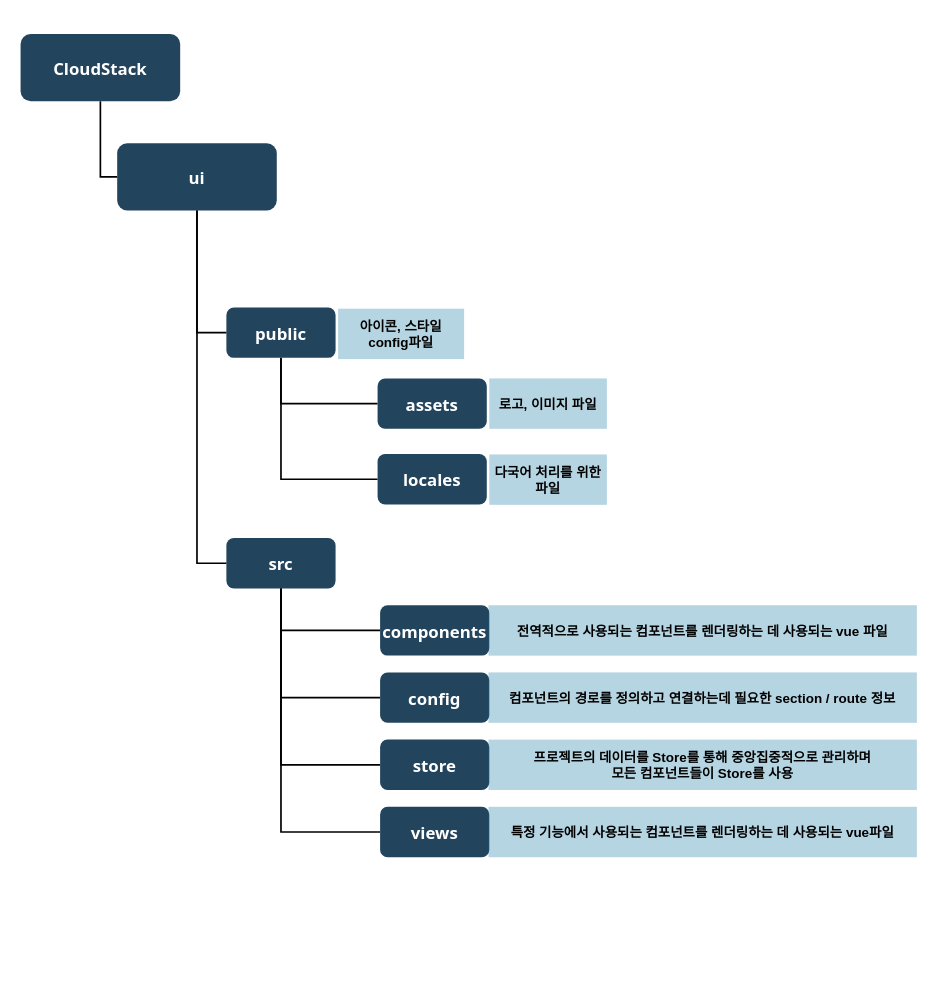
This is page "primate 구조" (1 of 3) of primateUI-customize.drawio from stardom3645/wiki, a draw.io file, before an edit. Source tidied: cells renumbered, new cells numbered last; positions are measured from the earlier drawing's top-left corner, leaving out a move shared by most shapes. Both pictures are drawn from the tidied source at 84%, with x=0, y=0 at pixel (20, 34).
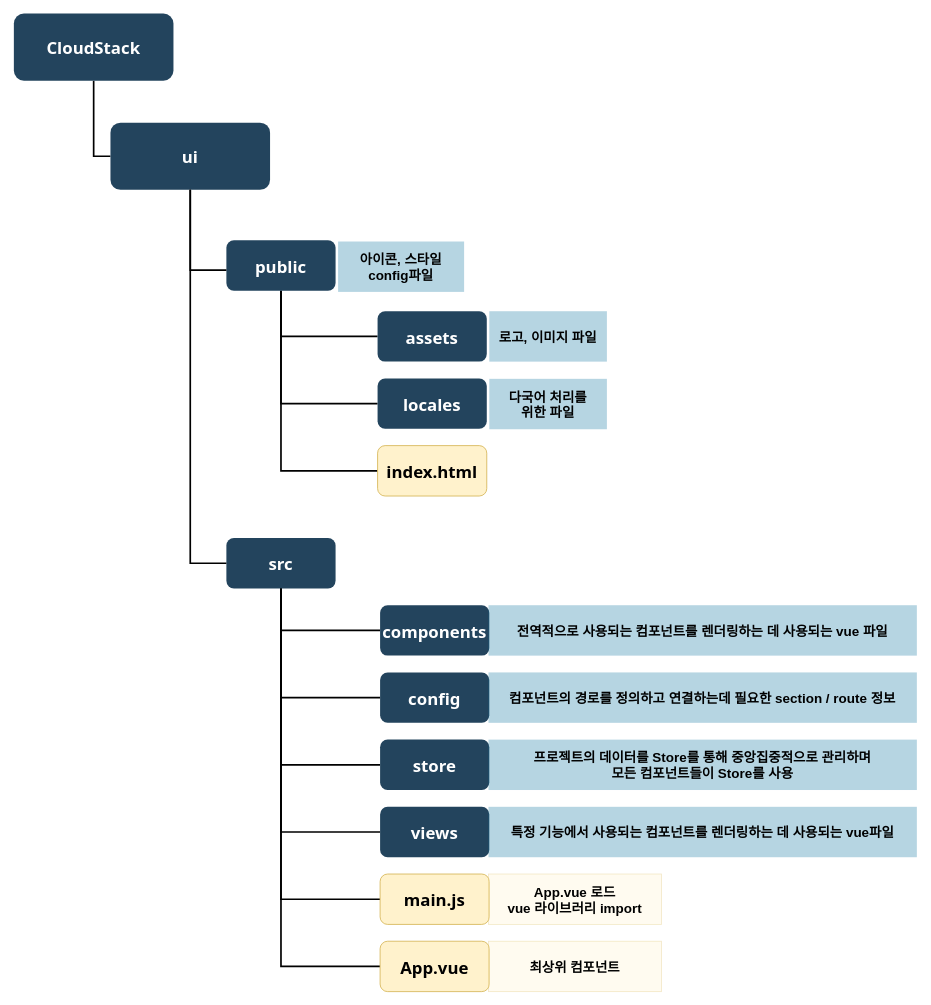
After the change.

The change refers to these unchanged cells:
```xml
<mxCell id="11" value="src" style="rounded=1;fillColor=#23445D;gradientColor=none;strokeColor=none;fontColor=#FFFFFF;fontStyle=1;fontFamily=Tahoma;fontSize=20;" parent="1" vertex="1">
  <mxGeometry x="245" y="600" width="130" height="60" as="geometry" />
</mxCell>
```

Change to the diagram source:
```diff
@@
     <mxCell id="3" value="CloudStack" style="rounded=1;fillColor=#23445D;gradientColor=none;strokeColor=none;fontColor=#FFFFFF;fontStyle=1;fontFamily=Tahoma;fontSize=20;" parent="1" vertex="1">
-      <mxGeometry width="190" height="80" as="geometry" />
+      <mxGeometry x="-8" y="-24.5" width="190" height="80" as="geometry" />
     </mxCell>
     <mxCell id="4" value="ui" style="rounded=1;fillColor=#23445D;gradientColor=none;strokeColor=none;fontColor=#FFFFFF;fontStyle=1;fontFamily=Tahoma;fontSize=20;" parent="1" vertex="1">
-      <mxGeometry x="115" y="130" width="190" height="80" as="geometry" />
+      <mxGeometry x="107" y="105.5" width="190" height="80" as="geometry" />
     </mxCell>
@@
+    <mxCell id="28" style="edgeStyle=orthogonalEdgeStyle;rounded=0;jettySize=auto;html=1;exitX=0.5;exitY=1;exitDx=0;exitDy=0;entryX=0;entryY=0.5;entryDx=0;entryDy=0;endArrow=none;endFill=0;strokeWidth=2;" parent="1" edge="1" source="7" target="35">
+      <mxGeometry relative="1" as="geometry" />
+    </mxCell>
     <mxCell id="7" value="public" style="rounded=1;fillColor=#23445D;gradientColor=none;strokeColor=none;fontColor=#FFFFFF;fontStyle=1;fontFamily=Tahoma;fontSize=20;" parent="1" vertex="1">
-      <mxGeometry x="245" y="325.5" width="130" height="60" as="geometry" />
+      <mxGeometry x="245" y="245.5" width="130" height="60" as="geometry" />
     </mxCell>
@@
+    <mxCell id="29" style="edgeStyle=orthogonalEdgeStyle;rounded=0;jettySize=auto;html=1;exitX=0.5;exitY=1;exitDx=0;exitDy=0;entryX=0;entryY=0.5;entryDx=0;entryDy=0;strokeWidth=2;endArrow=none;endFill=0;" parent="1" edge="1" source="11" target="32">
+      <mxGeometry relative="1" as="geometry" />
+    </mxCell>
+    <mxCell id="30" style="edgeStyle=orthogonalEdgeStyle;rounded=0;jettySize=auto;html=1;exitX=0.5;exitY=1;exitDx=0;exitDy=0;entryX=0;entryY=0.5;entryDx=0;entryDy=0;strokeWidth=2;endArrow=none;endFill=0;" parent="1" edge="1" source="11" target="31">
+      <mxGeometry relative="1" as="geometry" />
+    </mxCell>
@@
     <mxCell id="12" value="assets" style="rounded=1;fillColor=#23445D;gradientColor=none;strokeColor=none;fontColor=#FFFFFF;fontStyle=1;fontFamily=Tahoma;fontSize=20;" parent="1" vertex="1">
-      <mxGeometry x="425" y="410" width="130" height="60" as="geometry" />
+      <mxGeometry x="425" y="330" width="130" height="60" as="geometry" />
     </mxCell>
     <mxCell id="13" value="locales" style="rounded=1;fillColor=#23445D;gradientColor=none;strokeColor=none;fontColor=#FFFFFF;fontStyle=1;fontFamily=Tahoma;fontSize=20;" parent="1" vertex="1">
-      <mxGeometry x="425" y="500" width="130" height="60" as="geometry" />
+      <mxGeometry x="425" y="410" width="130" height="60" as="geometry" />
     </mxCell>
     <mxCell id="14" style="edgeStyle=elbowEdgeStyle;elbow=horizontal;strokeWidth=2;rounded=0;endArrow=none;endFill=0;" parent="1" edge="1" source="4" target="7">
       <mxGeometry x="92" y="135.5" as="geometry">
         <Array as="points">
-          <mxPoint x="210" y="305.5" />
+          <mxPoint x="202" y="281" />
         </Array>
       </mxGeometry>
     </mxCell>
     <mxCell id="15" style="edgeStyle=elbowEdgeStyle;elbow=horizontal;strokeWidth=2;rounded=0;endArrow=none;endFill=0;" parent="1" edge="1" source="4" target="11">
       <mxGeometry x="92" y="135.5" as="geometry">
         <Array as="points">
-          <mxPoint x="210" y="345.5" />
+          <mxPoint x="202" y="321" />
         </Array>
       </mxGeometry>
     </mxCell>
@@
     <mxCell id="18" value="로고, 이미지 파일" style="fillColor=#10739E;strokeColor=none;opacity=30;fontStyle=1;fontSize=16;" parent="1" vertex="1">
-      <mxGeometry x="558" y="410" width="140" height="60" as="geometry" />
+      <mxGeometry x="558" y="330" width="140" height="60" as="geometry" />
     </mxCell>
-    <mxCell id="19" value="다국어 처리를 위한&#10;파일" style="fillColor=#10739E;strokeColor=none;opacity=30;fontStyle=1;fontSize=16;" parent="1" vertex="1">
-      <mxGeometry x="558" y="500.5" width="140" height="60" as="geometry" />
+    <mxCell id="19" value="다국어 처리를&#10;위한 파일" style="fillColor=#10739E;strokeColor=none;opacity=30;fontStyle=1;fontSize=16;" parent="1" vertex="1">
+      <mxGeometry x="558" y="410.5" width="140" height="60" as="geometry" />
     </mxCell>
     <mxCell id="20" value="아이콘, 스타일&#10;config파일" style="fillColor=#10739E;strokeColor=none;opacity=30;fontStyle=1;fontSize=16;" parent="1" vertex="1">
-      <mxGeometry x="378" y="327" width="150" height="60" as="geometry" />
+      <mxGeometry x="378" y="247" width="150" height="60" as="geometry" />
     </mxCell>
@@
+    <mxCell id="31" value="App.vue" style="rounded=1;fillColor=#fff2cc;strokeColor=#d6b656;fontStyle=1;fontFamily=Tahoma;fontSize=20;" parent="1" vertex="1">
+      <mxGeometry x="428" y="1080" width="130" height="60" as="geometry" />
+    </mxCell>
+    <mxCell id="32" value="main.js" style="rounded=1;fillColor=#fff2cc;strokeColor=#d6b656;fontStyle=1;fontFamily=Tahoma;fontSize=20;align=center;" parent="1" vertex="1">
+      <mxGeometry x="428" y="1000" width="130" height="60" as="geometry" />
+    </mxCell>
+    <mxCell id="33" value="최상위 컴포넌트" style="fillColor=#fff2cc;strokeColor=#d6b656;opacity=30;fontStyle=1;fontSize=16;" parent="1" vertex="1">
+      <mxGeometry x="557" y="1080" width="206" height="60" as="geometry" />
+    </mxCell>
+    <mxCell id="34" value="App.vue 로드&#10;vue 라이브러리 import" style="fillColor=#fff2cc;strokeColor=#d6b656;opacity=30;fontStyle=1;fontSize=16;" parent="1" vertex="1">
+      <mxGeometry x="557" y="1000" width="206" height="60" as="geometry" />
+    </mxCell>
+    <mxCell id="35" value="index.html" style="rounded=1;fillColor=#fff2cc;strokeColor=#d6b656;fontStyle=1;fontFamily=Tahoma;fontSize=20;" parent="1" vertex="1">
+      <mxGeometry x="425" y="490" width="130" height="60" as="geometry" />
+    </mxCell>
```
